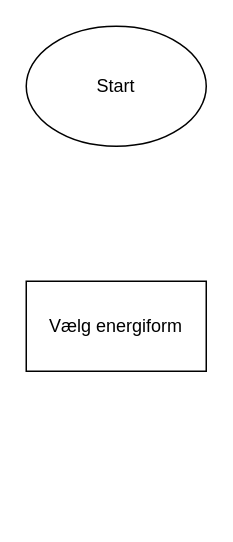
H24HX3-Tobias-Grostad-Axelsen/Code keeps this draw.io diagram as Unavngivet diagram.drawio. Above is the earlier version. Source tidied: cells renumbered, new cells numbered last; positions are measured from the earlier drawing's top-left corner, leaving out a move shared by most shapes. Both pictures are drawn from the tidied source at 150%, with x=0, y=0 at pixel (26, 26).
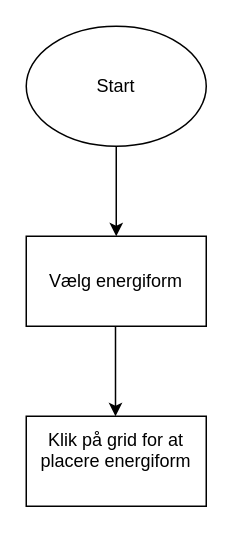
Above is the later version.

Change to the diagram source:
```diff
@@
 <mxGraphModel>
   <root>
     <mxCell id="0" />
     <mxCell id="1" parent="0" />
     <mxCell id="2" value="Start" style="ellipse;whiteSpace=wrap;html=1;" parent="1" vertex="1">
       <mxGeometry width="120" height="80" as="geometry" />
     </mxCell>
     <mxCell id="3" value="Vælg energiform" style="rounded=0;whiteSpace=wrap;html=1;" parent="1" vertex="1">
-      <mxGeometry y="170" width="120" height="60" as="geometry" />
+      <mxGeometry y="140" width="120" height="60" as="geometry" />
     </mxCell>
+    <mxCell id="4" style="endArrow=classic;html=1;rounded=0;" parent="1" edge="1" target="3">
+      <mxGeometry relative="1" as="geometry">
+        <mxPoint x="60" y="80" as="sourcePoint" />
+      </mxGeometry>
+    </mxCell>
+    <mxCell id="5" value="&#10;Klik på grid for at placere energiform&#10;&#10;" style="rounded=0;whiteSpace=wrap;html=1;" parent="1" vertex="1">
+      <mxGeometry y="260" width="120" height="60" as="geometry" />
+    </mxCell>
+    <mxCell id="6" style="endArrow=classic;html=1;rounded=0;" parent="1" edge="1">
+      <mxGeometry relative="1" as="geometry">
+        <mxPoint x="59.5" y="200" as="sourcePoint" />
+        <mxPoint x="59.5" y="260" as="targetPoint" />
+      </mxGeometry>
+    </mxCell>
   </root>
 </mxGraphModel>
```
